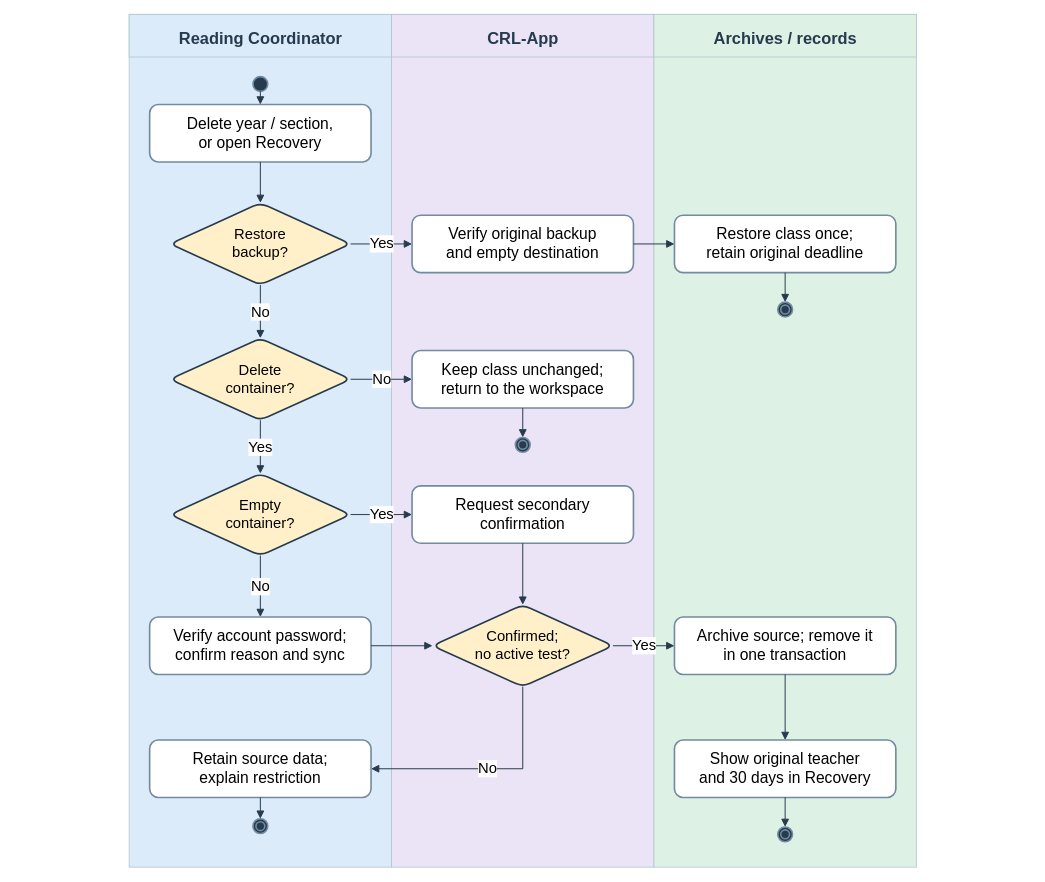
AkuSayangKamuJudaSayang/crl-app keeps this draw.io diagram as docs/diagrams/class-workspaces/figure-23-section-archive.drawio. Above is the earlier version. Source tidied: cells renumbered, new cells numbered last; positions are measured from the earlier drawing's top-left corner, leaving out a move shared by most shapes. Both pictures are drawn from the tidied source at 82%, with x=0, y=0 at pixel (14, 14).
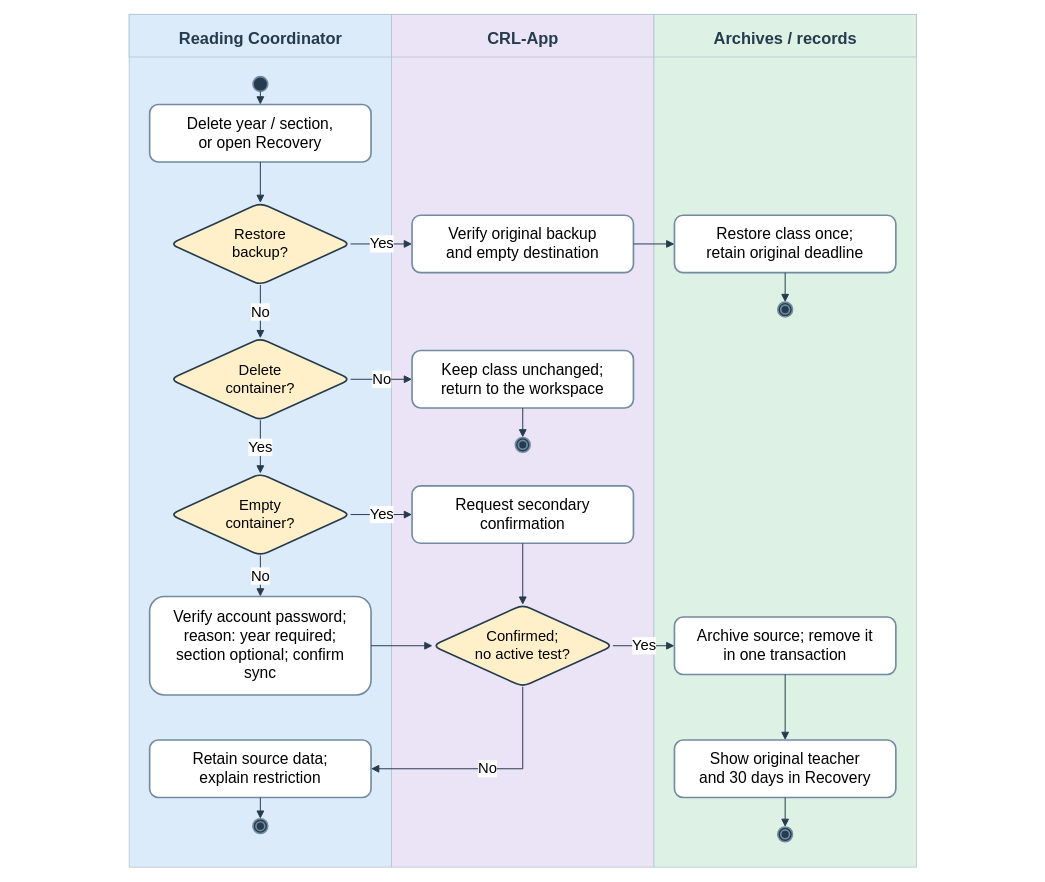
The same diagram, later.

What changed in the source:
```diff
@@
-    <mxCell id="22" value="Verify account password;&lt;br&gt;confirm reason and sync" style="rounded=1;whiteSpace=wrap;html=1;fontFamily=Arial;fillColor=#ffffff;strokeColor=#728ba0;strokeWidth=2;fontSize=19;" parent="1" vertex="1">
-      <mxGeometry x="165" y="735" width="270" height="70" as="geometry" />
+    <mxCell id="22" value="Verify account password;&lt;br&gt;reason: year required;&lt;br&gt;section optional; confirm&lt;br&gt;sync" style="rounded=1;whiteSpace=wrap;html=1;fontFamily=Arial;fillColor=#ffffff;strokeColor=#728ba0;strokeWidth=2;fontSize=19;" parent="1" vertex="1">
+      <mxGeometry x="165" y="710" width="270" height="120" as="geometry" />
     </mxCell>
```
